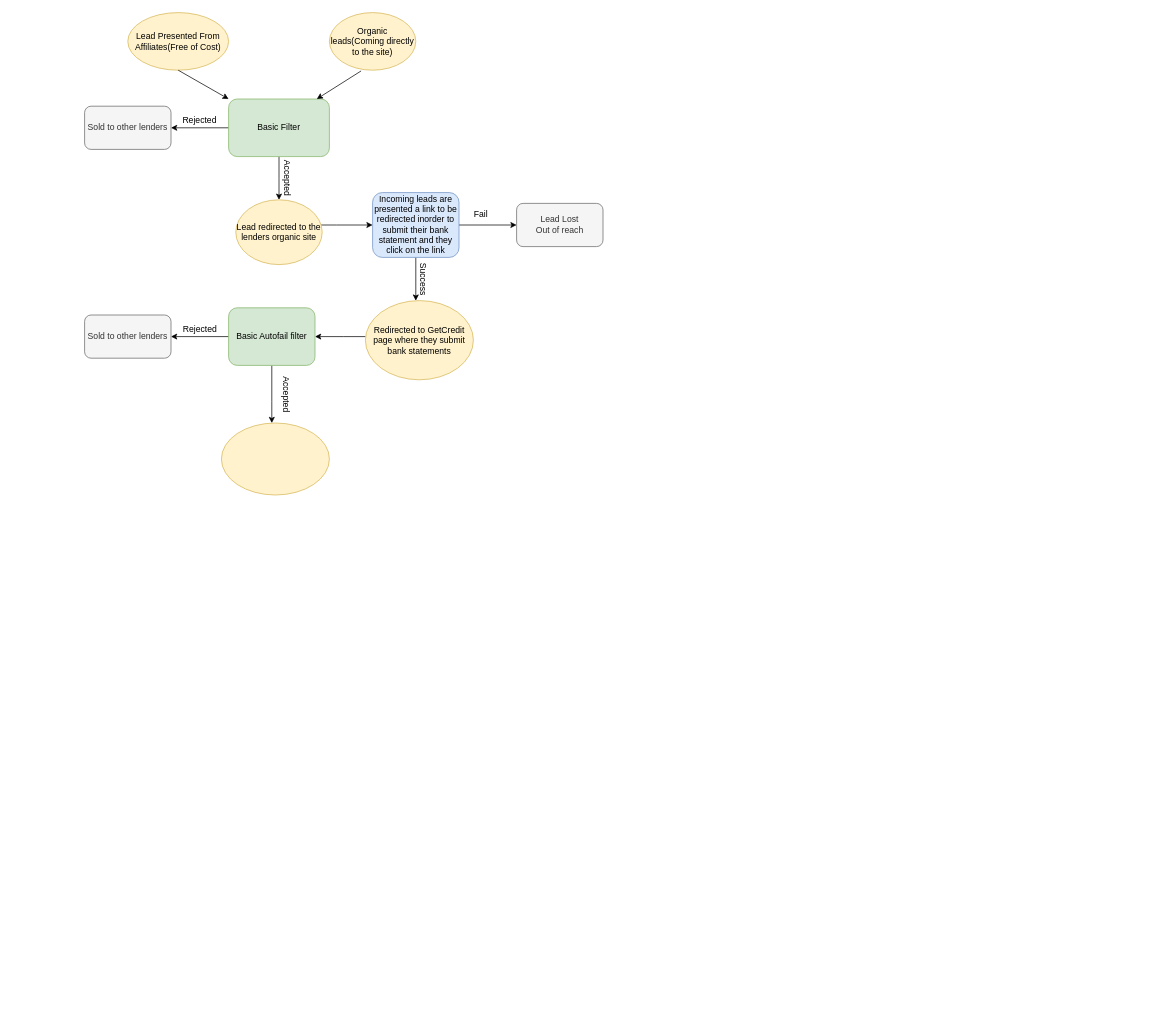
Above: Untitled Diagram.drawio in vishal-subedi/test (draw.io), before the change. Source tidied: cells renumbered, new cells numbered last; positions are measured from the earlier drawing's top-left corner, leaving out a move shared by most shapes. Both pictures are drawn from the tidied source at 72%, with x=0, y=0 at pixel (84, 12).
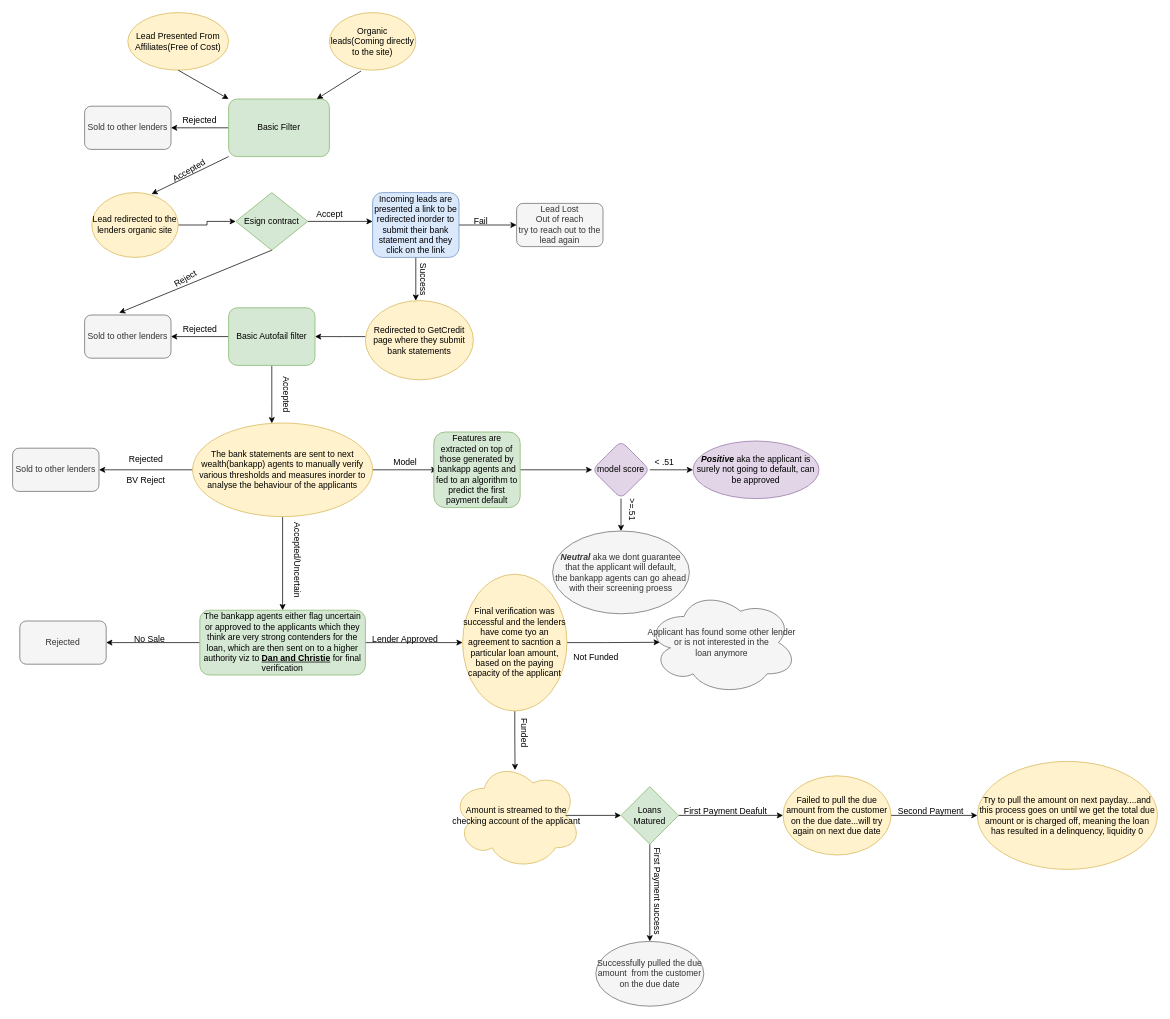
After the change.

The change refers to these unchanged cells:
```xml
<mxCell id="6" value="Basic Filter" style="rounded=1;whiteSpace=wrap;html=1;fillColor=#d5e8d4;strokeColor=#82b366;" parent="1" vertex="1">
  <mxGeometry x="200" y="120" width="140" height="80" as="geometry" />
</mxCell>
<mxCell id="14" value="Incoming leads are presented a link to be redirected inorder to submit their bank statement and they click on the link" style="whiteSpace=wrap;html=1;rounded=1;fillColor=#dae8fc;strokeColor=#6c8ebf;" parent="1" vertex="1">
  <mxGeometry x="400" y="250" width="120" height="90" as="geometry" />
</mxCell>
<mxCell id="23" value="Sold to other lenders" style="rounded=1;whiteSpace=wrap;html=1;fillColor=#f5f5f5;strokeColor=#666666;fontColor=#333333;" parent="1" vertex="1">
  <mxGeometry y="420" width="120" height="60" as="geometry" />
</mxCell>
```

The edit, as a diff of the source:
```diff
@@
-    <mxCell id="5" style="edgeStyle=orthogonalEdgeStyle;rounded=0;jettySize=auto;html=1;" parent="1" edge="1" source="6">
-      <mxGeometry relative="1" as="geometry">
-        <mxPoint x="270" y="260" as="targetPoint" />
-      </mxGeometry>
-    </mxCell>
@@
-    <mxCell id="11" value="&lt;div&gt;Accepted&lt;/div&gt;&lt;div&gt;&lt;br&gt;&lt;/div&gt;" style="text;html=1;strokeColor=none;fillColor=none;align=center;verticalAlign=middle;whiteSpace=wrap;rounded=0;rotation=90;" parent="1" vertex="1">
-      <mxGeometry x="255" y="220" width="40" height="20" as="geometry" />
-    </mxCell>
@@
-    <mxCell id="15" style="edgeStyle=orthogonalEdgeStyle;rounded=0;jettySize=auto;html=1;" parent="1" edge="1" source="16" target="14">
-      <mxGeometry relative="1" as="geometry">
-        <Array as="points">
-          <mxPoint x="350" y="295" />
-          <mxPoint x="350" y="295" />
-        </Array>
-      </mxGeometry>
-    </mxCell>
+    <mxCell id="29" style="edgeStyle=orthogonalEdgeStyle;rounded=0;jettySize=auto;html=1;" parent="1" edge="1" source="16" target="73">
+      <mxGeometry relative="1" as="geometry" />
+    </mxCell>
     <mxCell id="16" value="Lead redirected to the lenders organic site" style="ellipse;whiteSpace=wrap;html=1;fillColor=#fff2cc;strokeColor=#d6b656;" parent="1" vertex="1">
-      <mxGeometry x="210" y="260" width="120" height="90" as="geometry" />
+      <mxGeometry x="10" y="250" width="120" height="90" as="geometry" />
     </mxCell>
@@
+    <mxCell id="30" style="edgeStyle=orthogonalEdgeStyle;rounded=0;jettySize=auto;html=1;" parent="1" edge="1" source="22" target="33">
+      <mxGeometry relative="1" as="geometry" />
+    </mxCell>
+    <mxCell id="31" style="edgeStyle=orthogonalEdgeStyle;rounded=0;jettySize=auto;html=1;" parent="1" edge="1" source="22">
+      <mxGeometry relative="1" as="geometry">
+        <mxPoint x="490" y="635" as="targetPoint" />
+      </mxGeometry>
+    </mxCell>
+    <mxCell id="32" style="edgeStyle=orthogonalEdgeStyle;rounded=0;jettySize=auto;html=1;" parent="1" edge="1" source="22" target="48">
+      <mxGeometry relative="1" as="geometry" />
+    </mxCell>
-    <mxCell id="22" style="ellipse;whiteSpace=wrap;html=1;rounded=1;strokeColor=#d6b656;fillColor=#fff2cc;" parent="1" vertex="1">
-      <mxGeometry x="190" y="570" width="150" height="100" as="geometry" />
+    <mxCell id="22" value="The bank statements are sent to next wealth(bankapp) agents to manually verify various thresholds and measures inorder to analyse the behaviour of the applicants" style="ellipse;whiteSpace=wrap;html=1;rounded=1;strokeColor=#d6b656;fillColor=#fff2cc;" parent="1" vertex="1">
+      <mxGeometry x="150" y="570" width="250" height="130" as="geometry" />
     </mxCell>
@@
-    <mxCell id="26" value="&lt;div&gt;Lead Lost&lt;/div&gt;&lt;div&gt;Out of reach&lt;br&gt;&lt;/div&gt;" style="whiteSpace=wrap;html=1;rounded=1;strokeColor=#666666;fillColor=#f5f5f5;fontColor=#333333;" parent="1" vertex="1">
+    <mxCell id="26" value="&lt;div&gt;Lead Lost&lt;/div&gt;&lt;div&gt;Out of reach&lt;/div&gt;&lt;div&gt;try to reach out to the lead again&lt;br&gt;&lt;/div&gt;" style="whiteSpace=wrap;html=1;rounded=1;strokeColor=#666666;fillColor=#f5f5f5;fontColor=#333333;" parent="1" vertex="1">
       <mxGeometry x="600" y="265" width="120" height="60" as="geometry" />
     </mxCell>
     <mxCell id="27" value="Fail" style="text;html=1;align=center;verticalAlign=middle;" parent="1" vertex="1">
-      <mxGeometry x="530" y="270" width="40" height="20" as="geometry" />
+      <mxGeometry x="530" y="280" width="40" height="20" as="geometry" />
     </mxCell>
@@
+    <mxCell id="33" value="Sold to other lenders" style="whiteSpace=wrap;html=1;rounded=1;strokeColor=#666666;fillColor=#f5f5f5;fontColor=#333333;" parent="1" vertex="1">
+      <mxGeometry x="-100" y="605" width="120" height="60" as="geometry" />
+    </mxCell>
+    <mxCell id="34" value="Rejected" style="text;html=1;align=center;verticalAlign=middle;" parent="1" vertex="1">
+      <mxGeometry x="55" y="610" width="60" height="20" as="geometry" />
+    </mxCell>
+    <mxCell id="35" value="BV Reject" style="text;html=1;align=center;verticalAlign=middle;" parent="1" vertex="1">
+      <mxGeometry x="50" y="640" width="70" height="20" as="geometry" />
+    </mxCell>
+    <mxCell id="36" style="edgeStyle=orthogonalEdgeStyle;rounded=0;jettySize=auto;html=1;" parent="1" edge="1" source="37" target="41">
+      <mxGeometry relative="1" as="geometry" />
+    </mxCell>
+    <mxCell id="37" value="Features are extracted on top of those generated by bankapp agents and fed to an algorithm to predict the first payment default" style="whiteSpace=wrap;html=1;rounded=1;strokeColor=#82b366;fillColor=#d5e8d4;" parent="1" vertex="1">
+      <mxGeometry x="485" y="582.5" width="120" height="105" as="geometry" />
+    </mxCell>
+    <mxCell id="38" value="Model" style="text;html=1;align=center;verticalAlign=middle;" parent="1" vertex="1">
+      <mxGeometry x="420" y="615" width="50" height="20" as="geometry" />
+    </mxCell>
+    <mxCell id="39" style="edgeStyle=orthogonalEdgeStyle;rounded=0;jettySize=auto;html=1;" parent="1" edge="1" source="41" target="42">
+      <mxGeometry relative="1" as="geometry">
+        <Array as="points">
+          <mxPoint x="745" y="710" />
+          <mxPoint x="745" y="710" />
+        </Array>
+      </mxGeometry>
+    </mxCell>
+    <mxCell id="40" style="edgeStyle=orthogonalEdgeStyle;rounded=0;jettySize=auto;html=1;" parent="1" edge="1" source="41" target="44">
+      <mxGeometry relative="1" as="geometry" />
+    </mxCell>
+    <mxCell id="41" value="model score" style="rhombus;whiteSpace=wrap;html=1;rounded=1;strokeColor=#9673a6;fillColor=#e1d5e7;" parent="1" vertex="1">
+      <mxGeometry x="705" y="595" width="80" height="80" as="geometry" />
+    </mxCell>
+    <mxCell id="42" value="&lt;div&gt;&lt;i&gt;&lt;b&gt;Neutral&lt;/b&gt;&lt;/i&gt; aka we dont guarantee that the applicant will default,&lt;/div&gt;&lt;div&gt;the bankapp agents can go ahead with their screening proess&lt;br&gt; &lt;/div&gt;" style="ellipse;whiteSpace=wrap;html=1;rounded=1;strokeColor=#666666;fillColor=#f5f5f5;fontColor=#333333;" parent="1" vertex="1">
+      <mxGeometry x="650" y="720" width="190" height="115" as="geometry" />
+    </mxCell>
+    <mxCell id="43" value="&amp;gt;=.51" style="text;html=1;align=center;verticalAlign=middle;rotation=90;" parent="1" vertex="1">
+      <mxGeometry x="735" y="680" width="50" height="20" as="geometry" />
+    </mxCell>
+    <mxCell id="44" value="&lt;i&gt;&lt;b&gt;Positive&lt;/b&gt;&lt;/i&gt; aka the applicant is surely not going to default, can be approved" style="ellipse;whiteSpace=wrap;html=1;rounded=1;strokeColor=#9673a6;fillColor=#e1d5e7;" parent="1" vertex="1">
+      <mxGeometry x="845" y="595" width="175" height="80" as="geometry" />
+    </mxCell>
+    <mxCell id="45" value="&amp;lt; .51 " style="text;html=1;align=center;verticalAlign=middle;" parent="1" vertex="1">
+      <mxGeometry x="785" y="615" width="40" height="20" as="geometry" />
+    </mxCell>
+    <mxCell id="46" style="edgeStyle=orthogonalEdgeStyle;rounded=0;jettySize=auto;html=1;" parent="1" edge="1" source="48" target="50">
+      <mxGeometry relative="1" as="geometry" />
+    </mxCell>
+    <mxCell id="47" style="edgeStyle=orthogonalEdgeStyle;rounded=0;jettySize=auto;html=1;" parent="1" edge="1" source="48" target="54">
+      <mxGeometry relative="1" as="geometry" />
+    </mxCell>
+    <mxCell id="48" value="The bankapp agents either flag uncertain or approved to the applicants which they think are very strong contenders for the loan, which are then sent on to a higher authority viz to &lt;u&gt;&lt;b&gt;Dan and Christie&lt;/b&gt;&lt;/u&gt; for final verification" style="whiteSpace=wrap;html=1;rounded=1;strokeColor=#82b366;fillColor=#d5e8d4;" parent="1" vertex="1">
+      <mxGeometry x="160" y="830" width="230" height="90" as="geometry" />
+    </mxCell>
+    <mxCell id="49" value="Accepted/Uncertain" style="text;html=1;align=center;verticalAlign=middle;rotation=90;" parent="1" vertex="1">
+      <mxGeometry x="235" y="750" width="120" height="20" as="geometry" />
+    </mxCell>
+    <mxCell id="50" value="Rejected" style="whiteSpace=wrap;html=1;rounded=1;strokeColor=#666666;fillColor=#f5f5f5;fontColor=#333333;" parent="1" vertex="1">
+      <mxGeometry x="-90" y="845" width="120" height="60" as="geometry" />
+    </mxCell>
+    <mxCell id="51" value="No Sale" style="text;html=1;align=center;verticalAlign=middle;" parent="1" vertex="1">
+      <mxGeometry x="60" y="860" width="60" height="20" as="geometry" />
+    </mxCell>
+    <mxCell id="52" style="edgeStyle=orthogonalEdgeStyle;rounded=0;jettySize=auto;html=1;entryX=0.488;entryY=0.08;entryDx=0;entryDy=0;entryPerimeter=0;" parent="1" edge="1" source="54" target="57">
+      <mxGeometry relative="1" as="geometry" />
+    </mxCell>
+    <mxCell id="53" style="edgeStyle=orthogonalEdgeStyle;rounded=0;jettySize=auto;html=1;entryX=0.09;entryY=0.497;entryDx=0;entryDy=0;entryPerimeter=0;" parent="1" edge="1" source="54" target="58">
+      <mxGeometry relative="1" as="geometry" />
+    </mxCell>
+    <mxCell id="54" value="Final verification was successful and the lenders have come tyo an agreement to sacntion a particular loan amount, based on the paying capacity of the applicant" style="ellipse;whiteSpace=wrap;html=1;rounded=1;strokeColor=#d6b656;fillColor=#fff2cc;" parent="1" vertex="1">
+      <mxGeometry x="525" y="780" width="145" height="190" as="geometry" />
+    </mxCell>
+    <mxCell id="55" value="Lender Approved" style="text;html=1;align=center;verticalAlign=middle;" parent="1" vertex="1">
+      <mxGeometry x="390" y="860" width="110" height="20" as="geometry" />
+    </mxCell>
+    <mxCell id="56" style="edgeStyle=orthogonalEdgeStyle;rounded=0;jettySize=auto;html=1;exitX=0.875;exitY=0.5;exitDx=0;exitDy=0;exitPerimeter=0;" parent="1" edge="1" source="57" target="65">
+      <mxGeometry relative="1" as="geometry" />
+    </mxCell>
+    <mxCell id="57" value="Amount is streamed to the checking account of the applicant " style="ellipse;shape=cloud;whiteSpace=wrap;html=1;rounded=1;strokeColor=#d6b656;fillColor=#fff2cc;" parent="1" vertex="1">
+      <mxGeometry x="510" y="1040" width="180" height="150" as="geometry" />
+    </mxCell>
+    <mxCell id="58" value="&lt;div&gt;Applicant has found some other lender or is not interested in the &lt;br&gt;&lt;/div&gt;&lt;div&gt;loan anymore&lt;/div&gt;" style="ellipse;shape=cloud;whiteSpace=wrap;html=1;rounded=1;strokeColor=#666666;fillColor=#f5f5f5;fontColor=#333333;" parent="1" vertex="1">
+      <mxGeometry x="780" y="802.5" width="210" height="145" as="geometry" />
+    </mxCell>
+    <mxCell id="59" value="Funded" style="text;html=1;align=center;verticalAlign=middle;rotation=90;" parent="1" vertex="1">
+      <mxGeometry x="580" y="990" width="60" height="20" as="geometry" />
+    </mxCell>
+    <mxCell id="60" value="Not Funded" style="text;html=1;align=center;verticalAlign=middle;" parent="1" vertex="1">
+      <mxGeometry x="670" y="885" width="80" height="20" as="geometry" />
+    </mxCell>
+    <mxCell id="61" style="edgeStyle=orthogonalEdgeStyle;rounded=0;jettySize=auto;html=1;" parent="1" edge="1" source="62" target="69">
+      <mxGeometry relative="1" as="geometry" />
+    </mxCell>
+    <mxCell id="62" value="Failed to pull the due amount from the customer on the due date...will try again on next due date" style="ellipse;whiteSpace=wrap;html=1;rounded=1;strokeColor=#d6b656;fillColor=#fff2cc;" parent="1" vertex="1">
+      <mxGeometry x="970" y="1060" width="150" height="110" as="geometry" />
+    </mxCell>
+    <mxCell id="63" style="edgeStyle=orthogonalEdgeStyle;rounded=0;jettySize=auto;html=1;" parent="1" edge="1" source="65" target="62">
+      <mxGeometry relative="1" as="geometry" />
+    </mxCell>
+    <mxCell id="64" style="edgeStyle=orthogonalEdgeStyle;rounded=0;jettySize=auto;html=1;" parent="1" edge="1" source="65" target="67">
+      <mxGeometry relative="1" as="geometry" />
+    </mxCell>
+    <mxCell id="65" value="Loans Matured" style="rhombus;whiteSpace=wrap;html=1;fillColor=#d5e8d4;strokeColor=#82b366;" parent="1" vertex="1">
+      <mxGeometry x="745" y="1075" width="80" height="80" as="geometry" />
+    </mxCell>
+    <mxCell id="66" value="First Payment Deafult" style="text;html=1;align=center;verticalAlign=middle;" parent="1" vertex="1">
+      <mxGeometry x="825" y="1100" width="130" height="20" as="geometry" />
+    </mxCell>
+    <mxCell id="67" value="Successfully pulled the due amount&amp;nbsp; from the customer on the due date " style="ellipse;whiteSpace=wrap;html=1;strokeColor=#666666;fillColor=#f5f5f5;fontColor=#333333;" parent="1" vertex="1">
+      <mxGeometry x="710" y="1290" width="150" height="90" as="geometry" />
+    </mxCell>
+    <mxCell id="68" value="First Payment success" style="text;html=1;align=center;verticalAlign=middle;rotation=90;" parent="1" vertex="1">
+      <mxGeometry x="725" y="1210" width="140" height="20" as="geometry" />
+    </mxCell>
+    <mxCell id="69" value="Try to pull the amount on next payday....and this process goes on until we get the total due amount or is charged off, meaning the loan has resulted in a delinquency, liquidity 0" style="ellipse;whiteSpace=wrap;html=1;rounded=1;strokeColor=#d6b656;fillColor=#fff2cc;" parent="1" vertex="1">
+      <mxGeometry x="1240" y="1040" width="250" height="150" as="geometry" />
+    </mxCell>
+    <mxCell id="70" value="Second Payment" style="text;html=1;align=center;verticalAlign=middle;" parent="1" vertex="1">
+      <mxGeometry x="1120" y="1100" width="110" height="20" as="geometry" />
+    </mxCell>
+    <mxCell id="71" style="endArrow=classic;html=1;entryX=0.692;entryY=0.022;entryDx=0;entryDy=0;entryPerimeter=0;exitX=0;exitY=1;exitDx=0;exitDy=0;" parent="1" edge="1" source="6" target="16">
+      <mxGeometry relative="1" as="geometry" />
+    </mxCell>
+    <mxCell id="11" value="Accepted" style="text;html=1;align=center;verticalAlign=middle;rotation=-30;" parent="1" vertex="1">
+      <mxGeometry x="110" y="210" width="70" height="20" as="geometry" />
+    </mxCell>
+    <mxCell id="72" style="edgeStyle=orthogonalEdgeStyle;rounded=0;jettySize=auto;html=1;" parent="1" edge="1" source="73" target="14">
+      <mxGeometry relative="1" as="geometry">
+        <Array as="points">
+          <mxPoint x="370" y="290" />
+          <mxPoint x="370" y="290" />
+        </Array>
+      </mxGeometry>
+    </mxCell>
+    <mxCell id="73" value="Esign contract" style="rhombus;whiteSpace=wrap;html=1;fillColor=#d5e8d4;strokeColor=#82b366;" parent="1" vertex="1">
+      <mxGeometry x="210" y="250" width="100" height="80" as="geometry" />
+    </mxCell>
+    <mxCell id="74" value="Accept" style="text;html=1;align=center;verticalAlign=middle;" parent="1" vertex="1">
+      <mxGeometry x="315" y="270" width="50" height="20" as="geometry" />
+    </mxCell>
+    <mxCell id="75" value="Reject" style="text;html=1;align=center;verticalAlign=middle;rotation=-30;" parent="1" vertex="1">
+      <mxGeometry x="115" y="360" width="50" height="20" as="geometry" />
+    </mxCell>
+    <mxCell id="76" style="endArrow=classic;html=1;entryX=0.4;entryY=-0.05;entryDx=0;entryDy=0;entryPerimeter=0;exitX=0.5;exitY=1;exitDx=0;exitDy=0;" parent="1" edge="1" source="73" target="23">
+      <mxGeometry relative="1" as="geometry" />
+    </mxCell>
```
